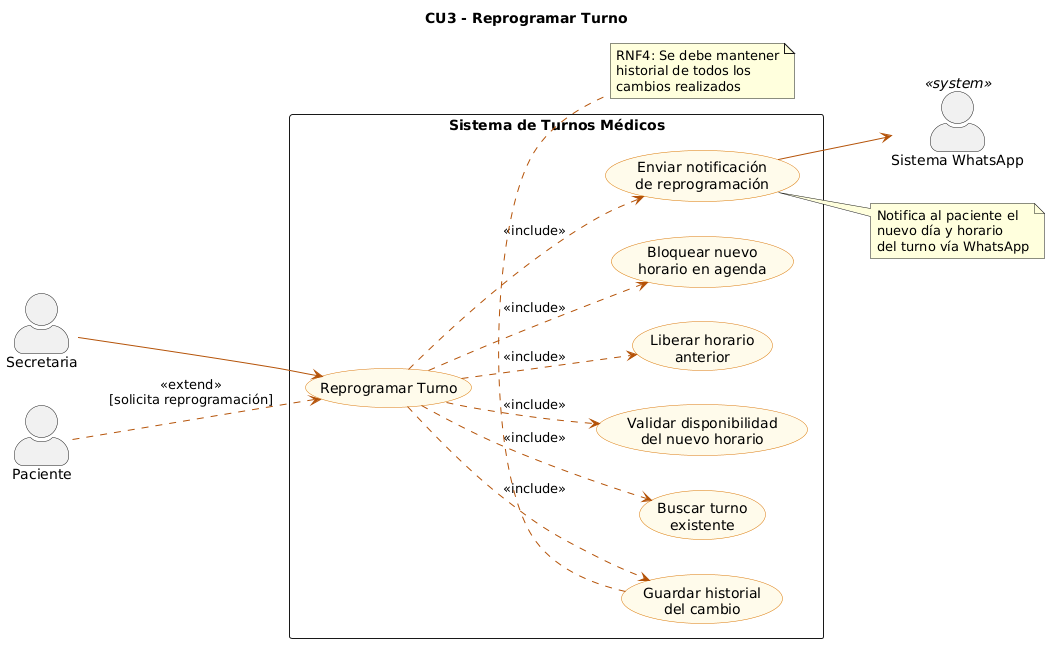
Earlier version of the PlantUML export diagramas/02-casos-de-uso/02-caso-uso-reprogramar-turno-03.png (angelgc9107-lgtm/SistemaTurnosMedicos_GP6).
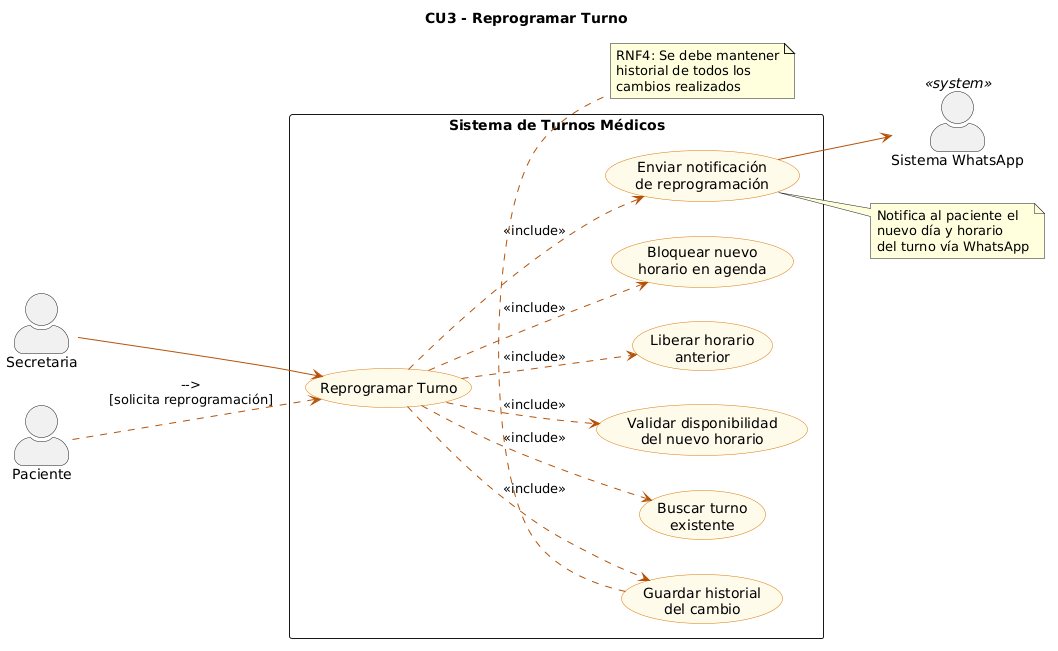
Later version of the same file.

Commit message:
Commit - cambios en diagramas de casos de uso & changelog.md

The edit, as a diff of the source:
```diff
@@ -34,7 +34,7 @@
 
 }
 
-PAC ..> CU3     : <<extend>>\n[solicita reprogramación]
+PAC ..> CU3     : -->\n[solicita reprogramación]
 SEC --> CU3
 CU3_6 --> WA
 
```
